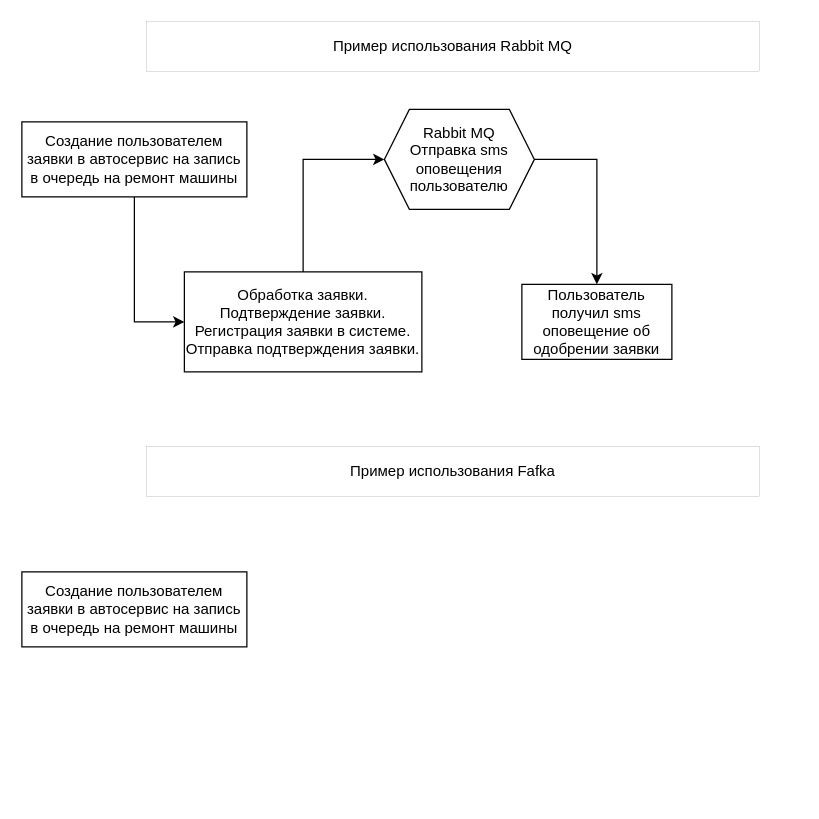
Above: Допзадание11.drawio in pytonuserouner/UML_study (draw.io), before the change. Source tidied: cells renumbered, new cells numbered last; positions are measured from the earlier drawing's top-left corner, leaving out a move shared by most shapes. Both pictures are drawn from the tidied source at 125%, with x=0, y=0 at pixel (21, 21).
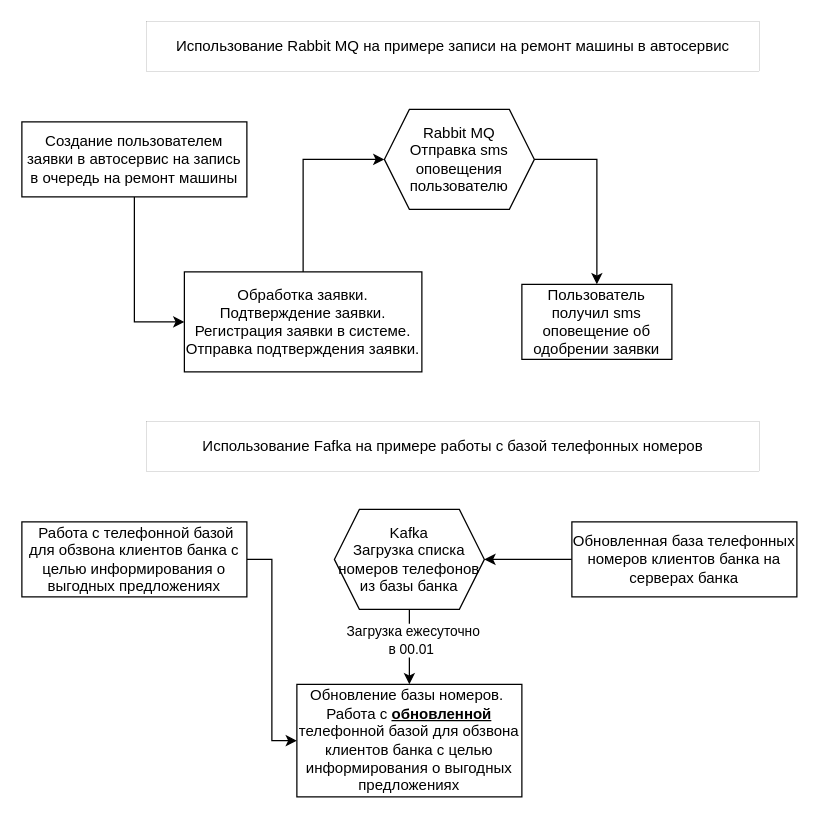
After the change.

Diff of the diagram source:
```diff
@@
 <mxGraphModel>
   <root>
     <mxCell id="0" />
     <mxCell id="1" parent="0" />
     <mxCell id="2" style="edgeStyle=orthogonalEdgeStyle;rounded=0;jettySize=auto;html=1;exitX=0.5;exitY=1;exitDx=0;exitDy=0;entryX=0;entryY=0.5;entryDx=0;entryDy=0;" parent="1" edge="1" source="3" target="5">
       <mxGeometry relative="1" as="geometry" />
     </mxCell>
     <mxCell id="3" value="Создание пользователем заявки в автосервис на запись в очередь на ремонт машины" style="rounded=0;whiteSpace=wrap;html=1;" parent="1" vertex="1">
       <mxGeometry y="80" width="180" height="60" as="geometry" />
     </mxCell>
     <mxCell id="4" style="edgeStyle=orthogonalEdgeStyle;rounded=0;jettySize=auto;html=1;exitX=0.5;exitY=0;exitDx=0;exitDy=0;entryX=0;entryY=0.5;entryDx=0;entryDy=0;" parent="1" edge="1" source="5" target="7">
       <mxGeometry relative="1" as="geometry" />
     </mxCell>
     <mxCell id="5" value="Обработка заявки. Подтверждение заявки.&lt;div&gt;Регистрация заявки в системе.&lt;/div&gt;&lt;div&gt;Отправка подтверждения заявки.&lt;/div&gt;" style="rounded=0;whiteSpace=wrap;html=1;" parent="1" vertex="1">
       <mxGeometry x="130" y="200" width="190" height="80" as="geometry" />
     </mxCell>
     <mxCell id="6" style="edgeStyle=orthogonalEdgeStyle;rounded=0;jettySize=auto;html=1;exitX=1;exitY=0.5;exitDx=0;exitDy=0;entryX=0.5;entryY=0;entryDx=0;entryDy=0;" parent="1" edge="1" source="7" target="8">
       <mxGeometry relative="1" as="geometry" />
     </mxCell>
     <mxCell id="7" value="Rabbit MQ&lt;div&gt;Отправка sms оповещения пользователю&lt;/div&gt;" style="shape=hexagon;perimeter=hexagonPerimeter2;whiteSpace=wrap;html=1;fixedSize=1;" parent="1" vertex="1">
       <mxGeometry x="290" y="70" width="120" height="80" as="geometry" />
     </mxCell>
     <mxCell id="8" value="Пользователь получил sms оповещение об одобрении заявки" style="rounded=0;whiteSpace=wrap;html=1;" parent="1" vertex="1">
       <mxGeometry x="400" y="210" width="120" height="60" as="geometry" />
     </mxCell>
+    <mxCell id="12" style="edgeStyle=orthogonalEdgeStyle;rounded=0;jettySize=auto;html=1;exitX=1;exitY=0.5;exitDx=0;exitDy=0;entryX=0;entryY=0.5;entryDx=0;entryDy=0;" parent="1" edge="1" source="9" target="16">
+      <mxGeometry relative="1" as="geometry" />
+    </mxCell>
-    <mxCell id="9" value="Создание пользователем заявки в автосервис на запись в очередь на ремонт машины" style="rounded=0;whiteSpace=wrap;html=1;" parent="1" vertex="1">
-      <mxGeometry y="440" width="180" height="60" as="geometry" />
+    <mxCell id="9" value="&amp;nbsp;Работа с телефонной базой для обзвона клиентов банка с целью информирования о выгодных предложениях" style="rounded=0;whiteSpace=wrap;html=1;" parent="1" vertex="1">
+      <mxGeometry y="400" width="180" height="60" as="geometry" />
     </mxCell>
-    <mxCell id="10" value="Пример использования Rabbit MQ" style="rounded=0;whiteSpace=wrap;html=1;strokeWidth=0;" parent="1" vertex="1">
+    <mxCell id="10" value="Использование Rabbit MQ на примере записи на ремонт машины в автосервис" style="rounded=0;whiteSpace=wrap;html=1;strokeWidth=0;" parent="1" vertex="1">
       <mxGeometry x="100" width="490" height="40" as="geometry" />
     </mxCell>
-    <mxCell id="11" value="Пример использования Fafka" style="rounded=0;whiteSpace=wrap;html=1;strokeWidth=0;" parent="1" vertex="1">
-      <mxGeometry x="100" y="340" width="490" height="40" as="geometry" />
+    <mxCell id="11" value="Использование Fafka на примере работы с базой телефонных номеров" style="rounded=0;whiteSpace=wrap;html=1;strokeWidth=0;" parent="1" vertex="1">
+      <mxGeometry x="100" y="320" width="490" height="40" as="geometry" />
     </mxCell>
+    <mxCell id="13" style="edgeStyle=orthogonalEdgeStyle;rounded=0;jettySize=auto;html=1;entryX=0.5;entryY=0;entryDx=0;entryDy=0;" parent="1" edge="1" source="15" target="16">
+      <mxGeometry relative="1" as="geometry" />
+    </mxCell>
+    <mxCell id="14" value="Загрузка ежесуточно&lt;div&gt;в 00.01&amp;nbsp;&lt;/div&gt;" style="edgeLabel;html=1;align=center;verticalAlign=middle;" parent="13" vertex="1">
+      <mxGeometry x="-0.2" y="2" relative="1" as="geometry" />
+    </mxCell>
+    <mxCell id="15" value="Kafka&lt;div&gt;Загрузка списка номеров телефонов из базы банка&lt;/div&gt;" style="shape=hexagon;perimeter=hexagonPerimeter2;whiteSpace=wrap;html=1;fixedSize=1;" parent="1" vertex="1">
+      <mxGeometry x="250" y="390" width="120" height="80" as="geometry" />
+    </mxCell>
+    <mxCell id="16" value="Обновление базы номеров.&amp;nbsp;&lt;div&gt;Работа с &lt;b&gt;&lt;u&gt;обновленной&lt;/u&gt;&lt;/b&gt; телефонной базой для обзвона клиентов банка с целью информирования о выгодных предложениях&lt;/div&gt;" style="rounded=0;whiteSpace=wrap;html=1;" parent="1" vertex="1">
+      <mxGeometry x="220" y="530" width="180" height="90" as="geometry" />
+    </mxCell>
+    <mxCell id="17" style="edgeStyle=orthogonalEdgeStyle;rounded=0;jettySize=auto;html=1;entryX=1;entryY=0.5;entryDx=0;entryDy=0;" parent="1" edge="1" source="18" target="15">
+      <mxGeometry relative="1" as="geometry" />
+    </mxCell>
+    <mxCell id="18" value="Обновленная база телефонных номеров клиентов банка на серверах банка" style="rounded=0;whiteSpace=wrap;html=1;" parent="1" vertex="1">
+      <mxGeometry x="440" y="400" width="180" height="60" as="geometry" />
+    </mxCell>
   </root>
 </mxGraphModel>
```
